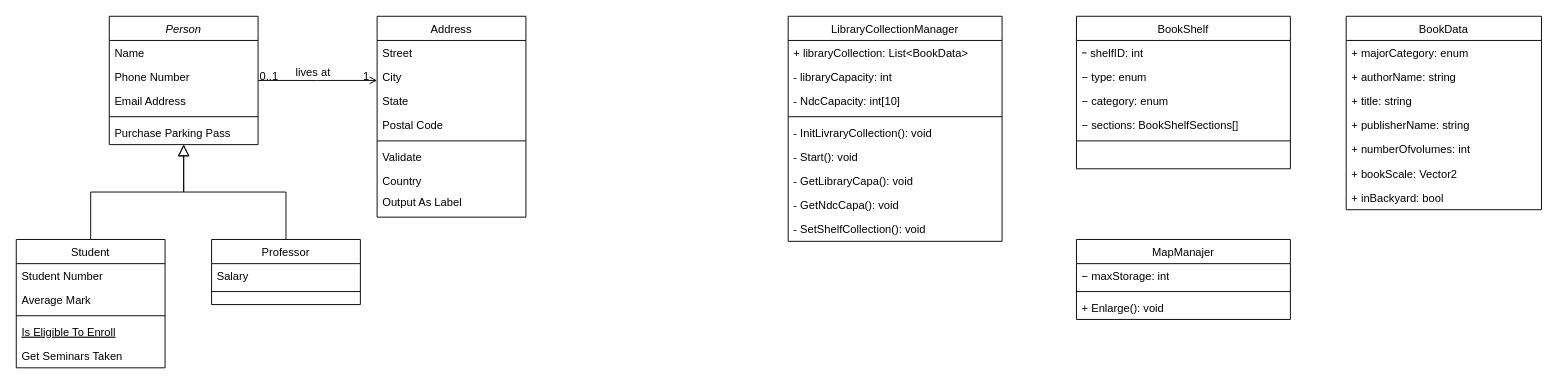
This is クラス図.drawio from semisuzume/classdiagram, a draw.io file, before an edit. Source tidied: cells renumbered, new cells numbered last; positions are measured from the earlier drawing's top-left corner, leaving out a move shared by most shapes. Both pictures are drawn from the tidied source at 93%, with x=0, y=0 at pixel (16, 16).
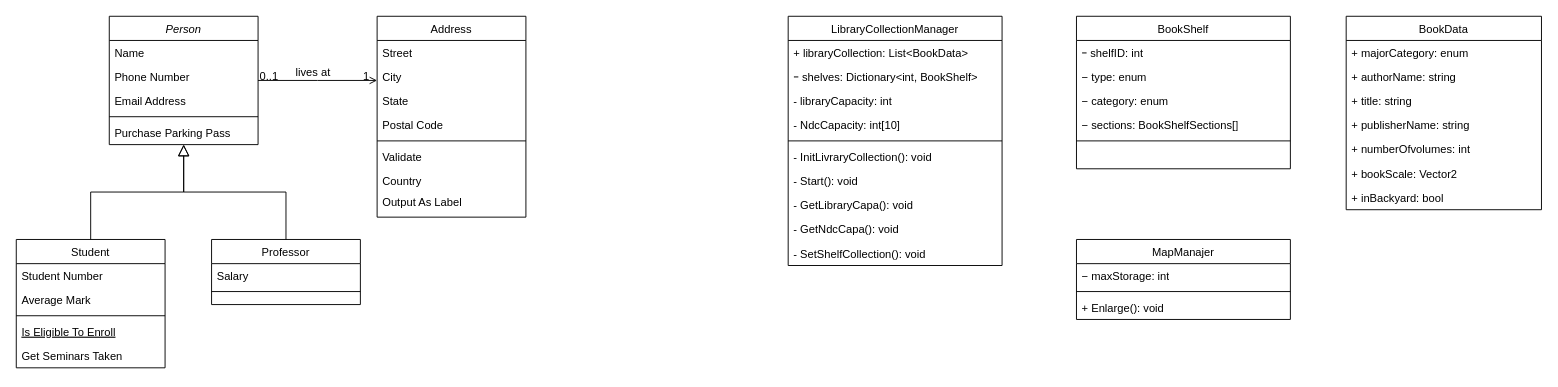
Above is the later version.

Commit message:
クラス図.drawio を更新します

Diff of the diagram source:
```diff
@@
     <mxCell id="32" value="LibraryCollectionManager" style="swimlane;fontStyle=0;align=center;verticalAlign=top;horizontal=1;startSize=26;whiteSpace=wrap;html=1;" parent="1" vertex="1">
-      <mxGeometry x="830" width="230" height="242" as="geometry" />
+      <mxGeometry x="830" width="230" height="268" as="geometry" />
     </mxCell>
@@
+    <mxCell id="61" value="ｰ shelves: Dictionary&amp;lt;int, BookShelf&amp;gt;" style="text;strokeColor=none;fillColor=none;align=left;verticalAlign=top;spacingLeft=4;spacingRight=4;overflow=hidden;whiteSpace=wrap;html=1;" parent="32" vertex="1">
+      <mxGeometry y="52" width="230" height="26" as="geometry" />
+    </mxCell>
     <mxCell id="34" value="- libraryCapacity: int" style="text;strokeColor=none;fillColor=none;align=left;verticalAlign=top;spacingLeft=4;spacingRight=4;overflow=hidden;whiteSpace=wrap;html=1;" parent="32" vertex="1">
-      <mxGeometry y="52" width="230" height="26" as="geometry" />
+      <mxGeometry y="78" width="230" height="26" as="geometry" />
     </mxCell>
     <mxCell id="35" value="- NdcCapacity: int[10]" style="text;strokeColor=none;fillColor=none;align=left;verticalAlign=top;spacingLeft=4;spacingRight=4;overflow=hidden;whiteSpace=wrap;html=1;" parent="32" vertex="1">
-      <mxGeometry y="78" width="230" height="26" as="geometry" />
+      <mxGeometry y="104" width="230" height="26" as="geometry" />
     </mxCell>
     <mxCell id="36" style="line;strokeWidth=1;fillColor=none;align=left;verticalAlign=middle;spacingTop=-1;spacingLeft=3;spacingRight=3;labelPosition=right;strokeColor=inherit;" parent="32" vertex="1">
-      <mxGeometry y="104" width="230" height="8" as="geometry" />
+      <mxGeometry y="130" width="230" height="8" as="geometry" />
     </mxCell>
     <mxCell id="37" value="- InitLivraryCollection(): void" style="text;strokeColor=none;fillColor=none;align=left;verticalAlign=top;spacingLeft=4;spacingRight=4;overflow=hidden;whiteSpace=wrap;html=1;" parent="32" vertex="1">
-      <mxGeometry y="112" width="230" height="26" as="geometry" />
+      <mxGeometry y="138" width="230" height="26" as="geometry" />
     </mxCell>
     <mxCell id="38" value="- Start(): void" style="text;strokeColor=none;fillColor=none;align=left;verticalAlign=top;spacingLeft=4;spacingRight=4;overflow=hidden;whiteSpace=wrap;html=1;" parent="32" vertex="1">
-      <mxGeometry y="138" width="230" height="26" as="geometry" />
+      <mxGeometry y="164" width="230" height="26" as="geometry" />
     </mxCell>
     <mxCell id="39" value="- GetLibraryCapa(): void" style="text;strokeColor=none;fillColor=none;align=left;verticalAlign=top;spacingLeft=4;spacingRight=4;overflow=hidden;whiteSpace=wrap;html=1;" parent="32" vertex="1">
-      <mxGeometry y="164" width="230" height="26" as="geometry" />
+      <mxGeometry y="190" width="230" height="26" as="geometry" />
     </mxCell>
     <mxCell id="40" value="- GetNdcCapa(): void" style="text;strokeColor=none;fillColor=none;align=left;verticalAlign=top;spacingLeft=4;spacingRight=4;overflow=hidden;whiteSpace=wrap;html=1;" parent="32" vertex="1">
-      <mxGeometry y="190" width="230" height="26" as="geometry" />
+      <mxGeometry y="216" width="230" height="26" as="geometry" />
     </mxCell>
     <mxCell id="41" value="- SetShelfCollection(): void" style="text;strokeColor=none;fillColor=none;align=left;verticalAlign=top;spacingLeft=4;spacingRight=4;overflow=hidden;whiteSpace=wrap;html=1;" parent="32" vertex="1">
-      <mxGeometry y="216" width="230" height="26" as="geometry" />
+      <mxGeometry y="242" width="230" height="26" as="geometry" />
     </mxCell>
```
